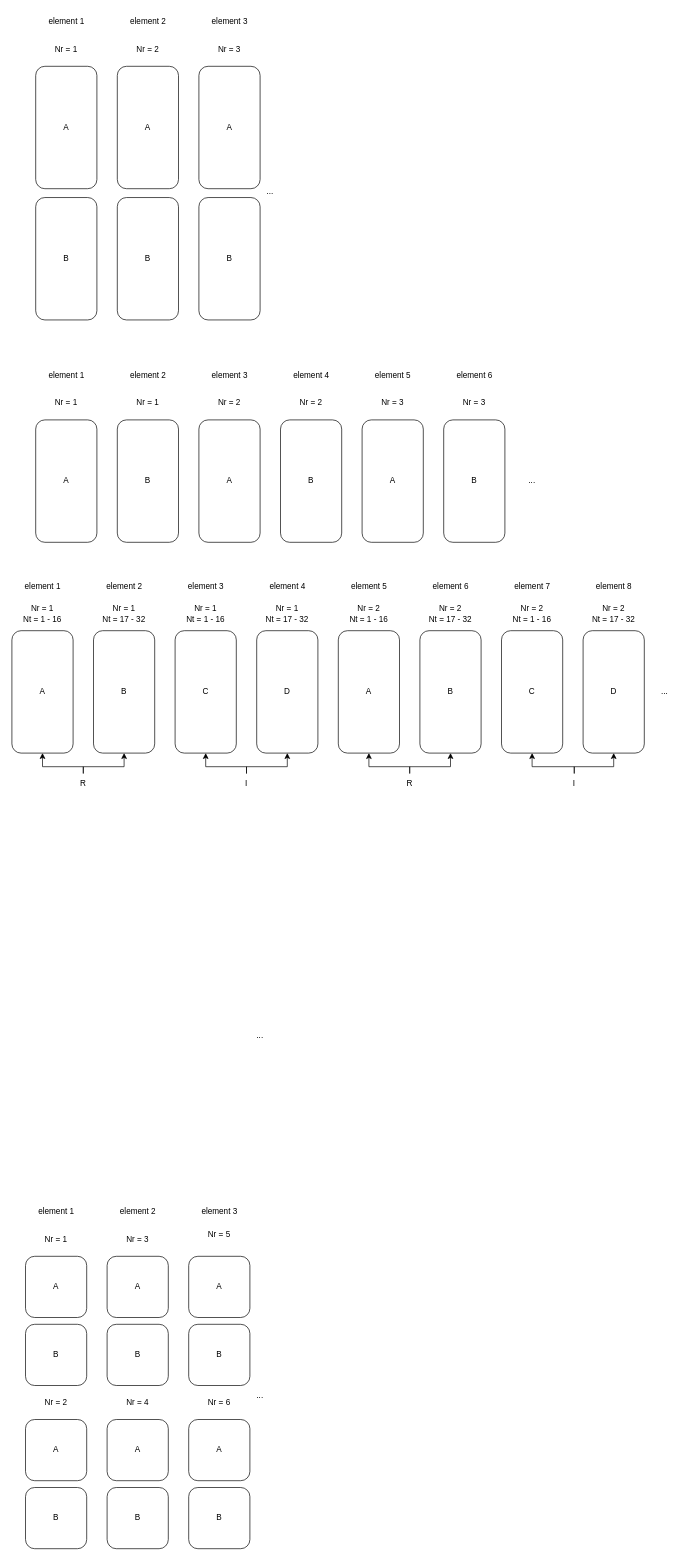
OuO333333/CNN4CE keeps this draw.io diagram as SPR-CNN/未命名绘图.drawio. Above is the earlier version. Source tidied: cells renumbered, new cells numbered last; positions are measured from the earlier drawing's top-left corner, leaving out a move shared by most shapes. Both pictures are drawn from the tidied source at 68%, with x=0, y=0 at pixel (12, 12).
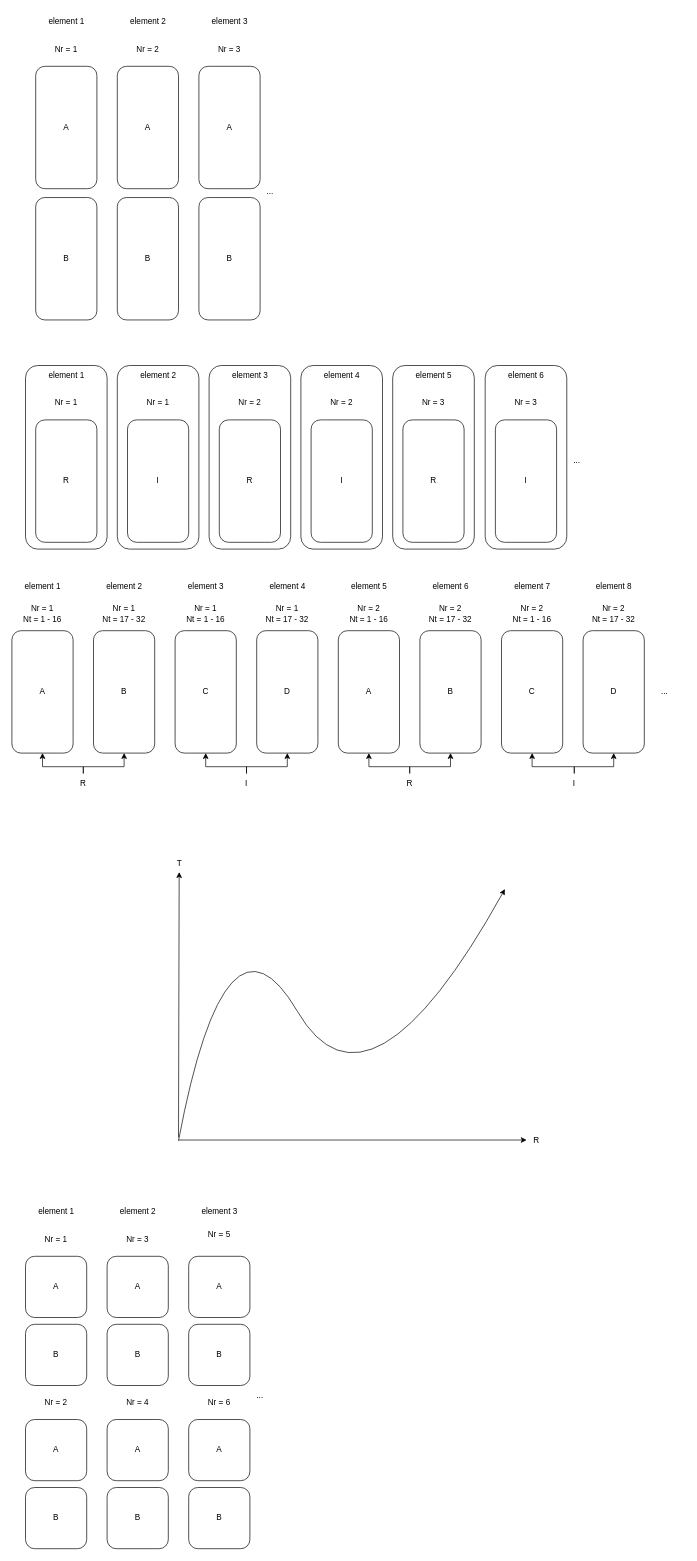
The same page after the edit.

Commit message (it also covers changes not shown here):
Update 未命名绘图.drawio

The edit, as a diff of the source:
```diff
@@
-<mxGraphModel>
+<mxGraphModel background="#ffffff">
@@
+    <mxCell id="100" style="rounded=1;whiteSpace=wrap;html=1;" parent="1" vertex="1">
+      <mxGeometry x="20" y="520" width="120" height="270" as="geometry" />
+    </mxCell>
@@
-    <mxCell id="15" value="A" style="rounded=1;whiteSpace=wrap;html=1;" parent="1" vertex="1">
+    <mxCell id="15" value="R" style="rounded=1;whiteSpace=wrap;html=1;" parent="1" vertex="1">
       <mxGeometry x="35" y="600" width="90" height="180" as="geometry" />
     </mxCell>
@@
-    <mxCell id="17" value="B" style="rounded=1;whiteSpace=wrap;html=1;" parent="1" vertex="1">
-      <mxGeometry x="155" y="600" width="90" height="180" as="geometry" />
-    </mxCell>
-    <mxCell id="18" value="Nr = 1" style="text;html=1;strokeColor=none;fillColor=none;align=center;verticalAlign=middle;whiteSpace=wrap;rounded=0;" parent="1" vertex="1">
-      <mxGeometry x="170" y="560" width="60" height="30" as="geometry" />
-    </mxCell>
-    <mxCell id="19" value="A" style="rounded=1;whiteSpace=wrap;html=1;" parent="1" vertex="1">
-      <mxGeometry x="275" y="600" width="90" height="180" as="geometry" />
-    </mxCell>
-    <mxCell id="20" value="Nr = 2" style="text;html=1;strokeColor=none;fillColor=none;align=center;verticalAlign=middle;whiteSpace=wrap;rounded=0;" parent="1" vertex="1">
-      <mxGeometry x="290" y="560" width="60" height="30" as="geometry" />
-    </mxCell>
@@
-    <mxCell id="22" value="element 2" style="text;html=1;align=center;verticalAlign=middle;strokeColor=none;fillColor=none;" parent="1" vertex="1">
-      <mxGeometry x="160" y="520" width="80" height="30" as="geometry" />
-    </mxCell>
-    <mxCell id="23" value="element 3" style="text;html=1;align=center;verticalAlign=middle;strokeColor=none;fillColor=none;" parent="1" vertex="1">
-      <mxGeometry x="280" y="520" width="80" height="30" as="geometry" />
-    </mxCell>
-    <mxCell id="24" value="B" style="rounded=1;whiteSpace=wrap;html=1;" parent="1" vertex="1">
-      <mxGeometry x="395" y="600" width="90" height="180" as="geometry" />
-    </mxCell>
-    <mxCell id="25" value="Nr = 2" style="text;html=1;strokeColor=none;fillColor=none;align=center;verticalAlign=middle;whiteSpace=wrap;rounded=0;" parent="1" vertex="1">
-      <mxGeometry x="410" y="560" width="60" height="30" as="geometry" />
-    </mxCell>
-    <mxCell id="26" value="A" style="rounded=1;whiteSpace=wrap;html=1;" parent="1" vertex="1">
-      <mxGeometry x="515" y="600" width="90" height="180" as="geometry" />
-    </mxCell>
-    <mxCell id="27" value="Nr = 3" style="text;html=1;strokeColor=none;fillColor=none;align=center;verticalAlign=middle;whiteSpace=wrap;rounded=0;" parent="1" vertex="1">
-      <mxGeometry x="530" y="560" width="60" height="30" as="geometry" />
-    </mxCell>
-    <mxCell id="28" value="B" style="rounded=1;whiteSpace=wrap;html=1;" parent="1" vertex="1">
-      <mxGeometry x="635" y="600" width="90" height="180" as="geometry" />
-    </mxCell>
-    <mxCell id="29" value="Nr = 3" style="text;html=1;strokeColor=none;fillColor=none;align=center;verticalAlign=middle;whiteSpace=wrap;rounded=0;" parent="1" vertex="1">
-      <mxGeometry x="650" y="560" width="60" height="30" as="geometry" />
-    </mxCell>
-    <mxCell id="30" value="element 4" style="text;html=1;align=center;verticalAlign=middle;strokeColor=none;fillColor=none;" parent="1" vertex="1">
-      <mxGeometry x="400" y="520" width="80" height="30" as="geometry" />
-    </mxCell>
-    <mxCell id="31" value="element 5" style="text;html=1;align=center;verticalAlign=middle;strokeColor=none;fillColor=none;" parent="1" vertex="1">
-      <mxGeometry x="520" y="520" width="80" height="30" as="geometry" />
-    </mxCell>
-    <mxCell id="32" value="element 6" style="text;html=1;align=center;verticalAlign=middle;strokeColor=none;fillColor=none;" parent="1" vertex="1">
-      <mxGeometry x="640" y="520" width="80" height="30" as="geometry" />
-    </mxCell>
@@
-    <mxCell id="76" value="..." style="text;html=1;strokeColor=none;fillColor=none;align=center;verticalAlign=middle;whiteSpace=wrap;rounded=0;" parent="1" vertex="1">
-      <mxGeometry x="335" y="1490" width="60" height="30" as="geometry" />
-    </mxCell>
@@
+    <mxCell id="101" style="rounded=1;whiteSpace=wrap;html=1;" parent="1" vertex="1">
+      <mxGeometry x="155" y="520" width="120" height="270" as="geometry" />
+    </mxCell>
+    <mxCell id="102" value="I" style="rounded=1;whiteSpace=wrap;html=1;" parent="1" vertex="1">
+      <mxGeometry x="170" y="600" width="90" height="180" as="geometry" />
+    </mxCell>
+    <mxCell id="18" value="Nr = 1" style="text;html=1;strokeColor=none;fillColor=none;align=center;verticalAlign=middle;whiteSpace=wrap;rounded=0;" parent="1" vertex="1">
+      <mxGeometry x="185" y="560" width="60" height="30" as="geometry" />
+    </mxCell>
+    <mxCell id="22" value="element 2" style="text;html=1;align=center;verticalAlign=middle;strokeColor=none;fillColor=none;" parent="1" vertex="1">
+      <mxGeometry x="175" y="520" width="80" height="30" as="geometry" />
+    </mxCell>
+    <mxCell id="103" style="rounded=1;whiteSpace=wrap;html=1;" parent="1" vertex="1">
+      <mxGeometry x="290" y="520" width="120" height="270" as="geometry" />
+    </mxCell>
+    <mxCell id="104" value="R" style="rounded=1;whiteSpace=wrap;html=1;" parent="1" vertex="1">
+      <mxGeometry x="305" y="600" width="90" height="180" as="geometry" />
+    </mxCell>
+    <mxCell id="105" value="Nr = 2" style="text;html=1;strokeColor=none;fillColor=none;align=center;verticalAlign=middle;whiteSpace=wrap;rounded=0;" parent="1" vertex="1">
+      <mxGeometry x="320" y="560" width="60" height="30" as="geometry" />
+    </mxCell>
+    <mxCell id="23" value="element 3" style="text;html=1;align=center;verticalAlign=middle;strokeColor=none;fillColor=none;" parent="1" vertex="1">
+      <mxGeometry x="310" y="520" width="80" height="30" as="geometry" />
+    </mxCell>
+    <mxCell id="106" style="rounded=1;whiteSpace=wrap;html=1;" parent="1" vertex="1">
+      <mxGeometry x="425" y="520" width="120" height="270" as="geometry" />
+    </mxCell>
+    <mxCell id="107" value="I" style="rounded=1;whiteSpace=wrap;html=1;" parent="1" vertex="1">
+      <mxGeometry x="440" y="600" width="90" height="180" as="geometry" />
+    </mxCell>
+    <mxCell id="108" value="Nr = 2" style="text;html=1;strokeColor=none;fillColor=none;align=center;verticalAlign=middle;whiteSpace=wrap;rounded=0;" parent="1" vertex="1">
+      <mxGeometry x="455" y="560" width="60" height="30" as="geometry" />
+    </mxCell>
+    <mxCell id="30" value="element 4" style="text;html=1;align=center;verticalAlign=middle;strokeColor=none;fillColor=none;" parent="1" vertex="1">
+      <mxGeometry x="445" y="520" width="80" height="30" as="geometry" />
+    </mxCell>
+    <mxCell id="109" style="rounded=1;whiteSpace=wrap;html=1;" parent="1" vertex="1">
+      <mxGeometry x="560" y="520" width="120" height="270" as="geometry" />
+    </mxCell>
+    <mxCell id="110" value="R" style="rounded=1;whiteSpace=wrap;html=1;" parent="1" vertex="1">
+      <mxGeometry x="575" y="600" width="90" height="180" as="geometry" />
+    </mxCell>
+    <mxCell id="111" value="Nr = 3" style="text;html=1;strokeColor=none;fillColor=none;align=center;verticalAlign=middle;whiteSpace=wrap;rounded=0;" parent="1" vertex="1">
+      <mxGeometry x="590" y="560" width="60" height="30" as="geometry" />
+    </mxCell>
+    <mxCell id="31" value="element 5" style="text;html=1;align=center;verticalAlign=middle;strokeColor=none;fillColor=none;" parent="1" vertex="1">
+      <mxGeometry x="580" y="520" width="80" height="30" as="geometry" />
+    </mxCell>
+    <mxCell id="112" style="rounded=1;whiteSpace=wrap;html=1;" parent="1" vertex="1">
+      <mxGeometry x="696" y="520" width="120" height="270" as="geometry" />
+    </mxCell>
+    <mxCell id="113" value="I" style="rounded=1;whiteSpace=wrap;html=1;" parent="1" vertex="1">
+      <mxGeometry x="711" y="600" width="90" height="180" as="geometry" />
+    </mxCell>
+    <mxCell id="114" value="Nr = 3" style="text;html=1;strokeColor=none;fillColor=none;align=center;verticalAlign=middle;whiteSpace=wrap;rounded=0;" parent="1" vertex="1">
+      <mxGeometry x="726" y="560" width="60" height="30" as="geometry" />
+    </mxCell>
+    <mxCell id="32" value="element 6" style="text;html=1;align=center;verticalAlign=middle;strokeColor=none;fillColor=none;" parent="1" vertex="1">
+      <mxGeometry x="716" y="520" width="80" height="30" as="geometry" />
+    </mxCell>
+    <mxCell id="76" value="..." style="text;html=1;strokeColor=none;fillColor=none;align=center;verticalAlign=middle;whiteSpace=wrap;rounded=0;" parent="1" vertex="1">
+      <mxGeometry x="801" y="645" width="60" height="30" as="geometry" />
+    </mxCell>
+    <mxCell id="115" style="html=1;rounded=0;shadow=0;" parent="1" edge="1">
+      <mxGeometry relative="1" as="geometry">
+        <mxPoint x="245" y="1659" as="sourcePoint" />
+        <mxPoint x="757" y="1659" as="targetPoint" />
+      </mxGeometry>
+    </mxCell>
+    <mxCell id="116" style="html=1;rounded=0;" parent="1" edge="1">
+      <mxGeometry relative="1" as="geometry">
+        <mxPoint x="245" y="1655" as="sourcePoint" />
+        <mxPoint x="246" y="1265" as="targetPoint" />
+      </mxGeometry>
+    </mxCell>
+    <mxCell id="117" style="curved=1;endArrow=classic;html=1;rounded=0;" parent="1" edge="1">
+      <mxGeometry relative="1" as="geometry">
+        <mxPoint x="245" y="1660" as="sourcePoint" />
+        <mxPoint x="725" y="1290" as="targetPoint" />
+        <Array as="points">
+          <mxPoint x="315" y="1290" />
+          <mxPoint x="525" y="1650" />
+        </Array>
+      </mxGeometry>
+    </mxCell>
+    <mxCell id="118" value="R" style="text;html=1;align=center;verticalAlign=middle;strokeColor=none;fillColor=none;" parent="1" vertex="1">
+      <mxGeometry x="756" y="1645" width="30" height="30" as="geometry" />
+    </mxCell>
+    <mxCell id="119" value="T" style="text;html=1;align=center;verticalAlign=middle;strokeColor=none;fillColor=none;" parent="1" vertex="1">
+      <mxGeometry x="231" y="1238" width="30" height="30" as="geometry" />
+    </mxCell>
```
